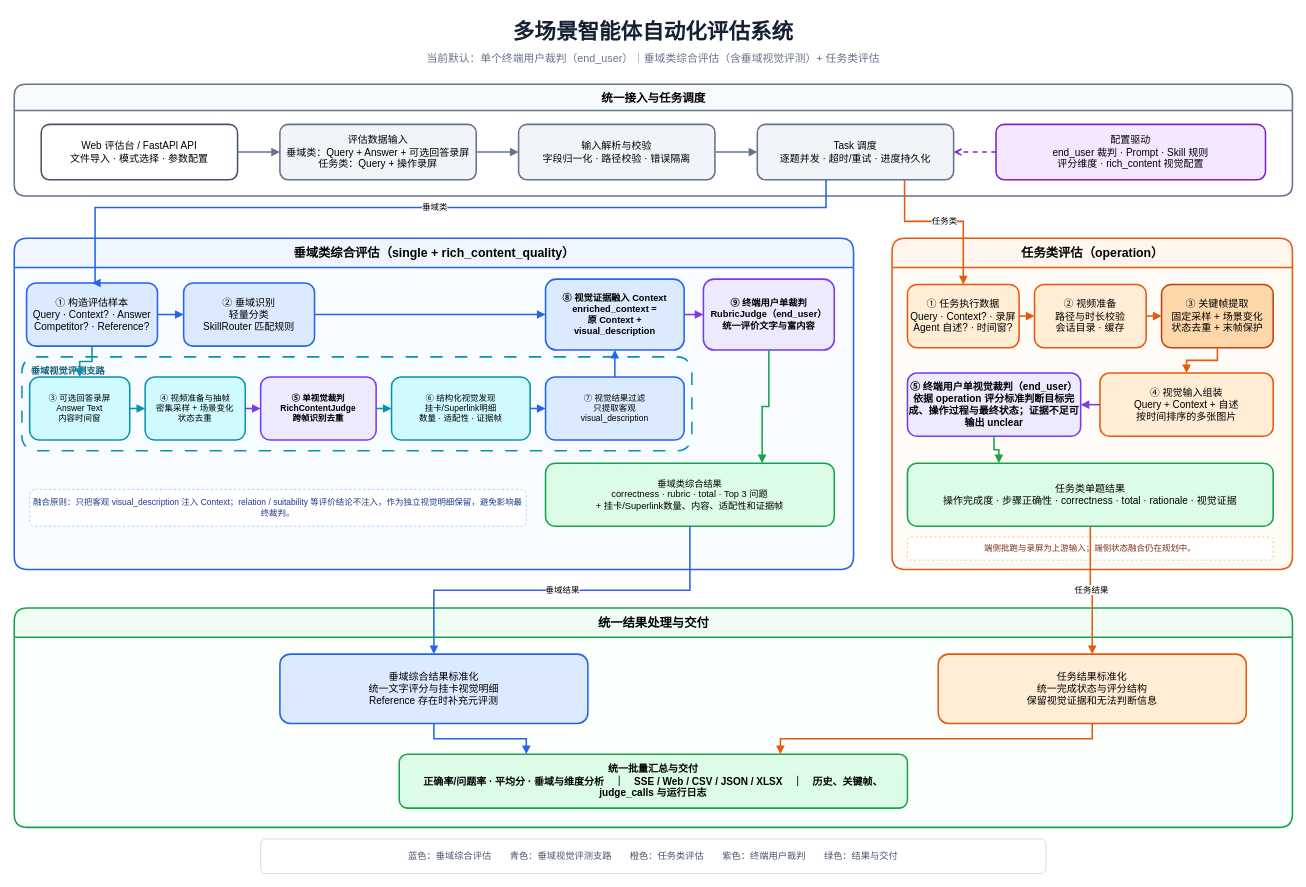
ShadowChris/auto_eval_agent keeps this draw.io diagram as page "当前系统设计" (1 of 2) of docs/多场景智能体自动化评估系统设计图.drawio. Above is the earlier version. Source tidied: cells renumbered, new cells numbered last; positions are measured from the earlier drawing's top-left corner, leaving out a move shared by most shapes. Both pictures are drawn from the tidied source at 77%, with x=0, y=0 at pixel (14, 13).
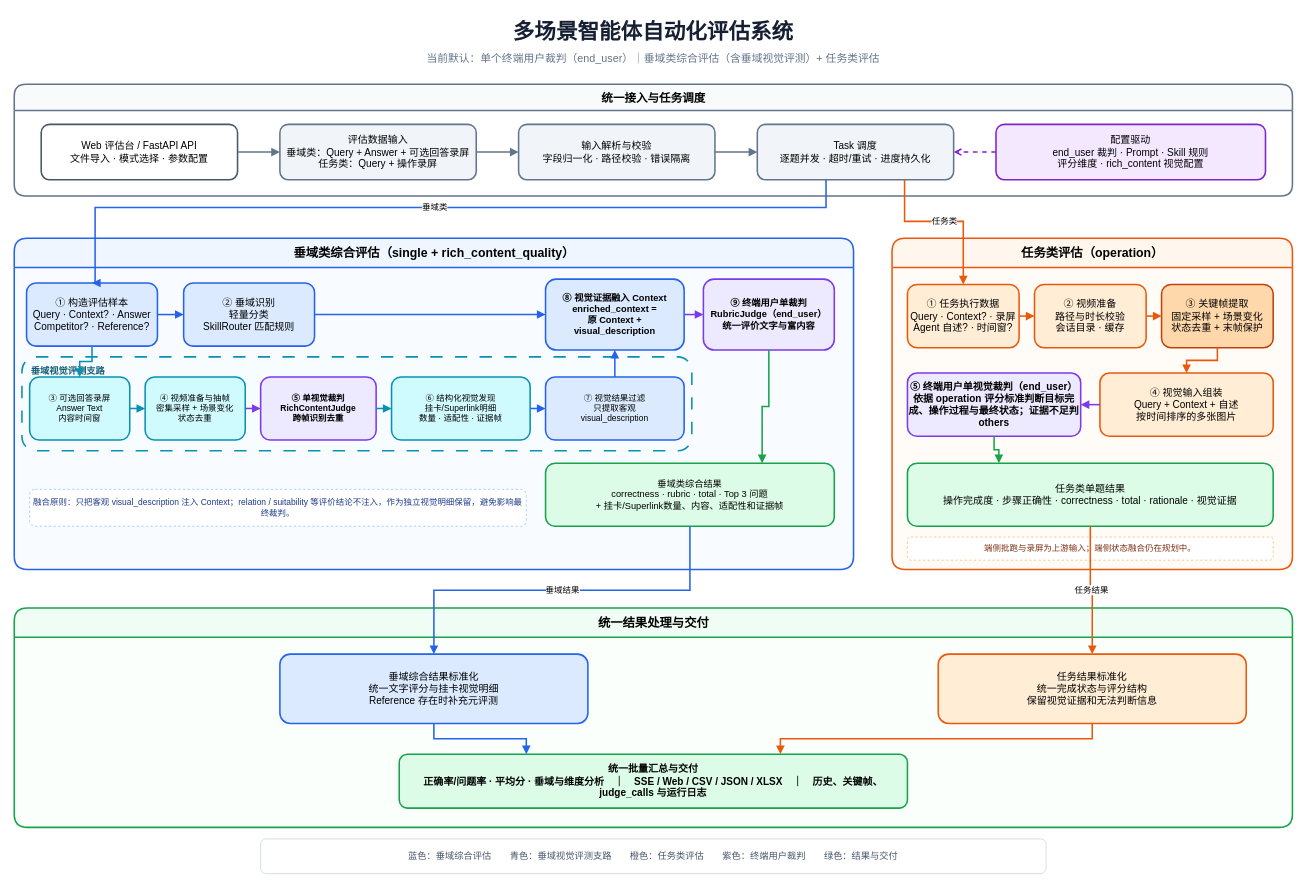
After the change.

Unchanged cells that the change refers to:
```xml
<mxCell id="37" value="任务类评估（operation）" style="swimlane;html=1;rounded=1;startSize=38;horizontal=1;fillColor=#FFF7ED;strokeColor=#EA580C;strokeWidth=2;fontStyle=1;fontSize=16;swimlaneFillColor=#FFFBF7;" parent="1" vertex="1">
  <mxGeometry x="1140" y="292" width="520" height="430" as="geometry" />
</mxCell>
```

The edit, as a diff of the source:
```diff
@@
-    <mxCell id="42" value="⑤ 终端用户单视觉裁判（end_user）&lt;br&gt;依据 operation 评分标准判断目标完成、操作过程与最终状态；证据不足可输出 unclear" style="rounded=1;whiteSpace=wrap;html=1;fillColor=#EDE9FE;strokeColor=#7C3AED;strokeWidth=2;fontSize=13;fontStyle=1;" parent="37" vertex="1">
+    <mxCell id="42" value="⑤ 终端用户单视觉裁判（end_user）&lt;br&gt;依据 operation 评分标准判断目标完成、操作过程与最终状态；证据不足判 others" style="rounded=1;whiteSpace=wrap;html=1;fillColor=#EDE9FE;strokeColor=#7C3AED;strokeWidth=2;fontSize=13;fontStyle=1;" parent="37" vertex="1">
       <mxGeometry x="20" y="175" width="225" height="82" as="geometry" />
     </mxCell>
```
